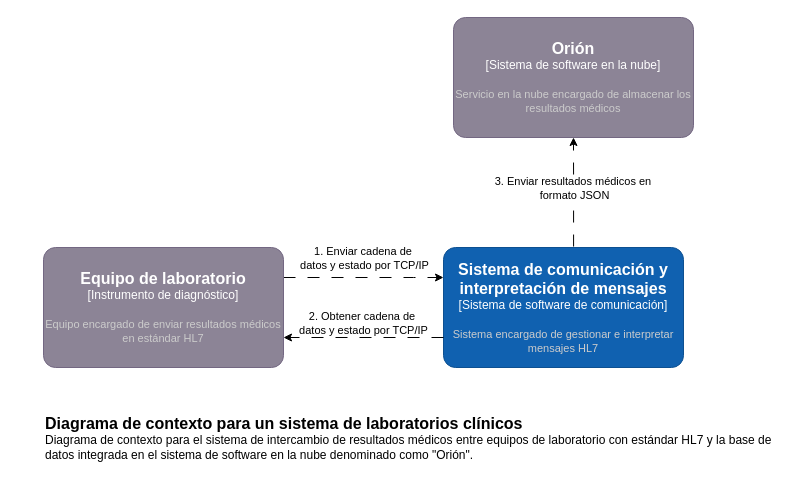
Above: page "Contexto" (1 of 4) of Diagramas/TIC.drawio in GiulianAlbuja/TIC (draw.io), before the change. Source tidied: cells renumbered, new cells numbered last; positions are measured from the earlier drawing's top-left corner, leaving out a move shared by most shapes. Both pictures are drawn from the tidied source at 100%, with x=0, y=0 at pixel (43, 17).
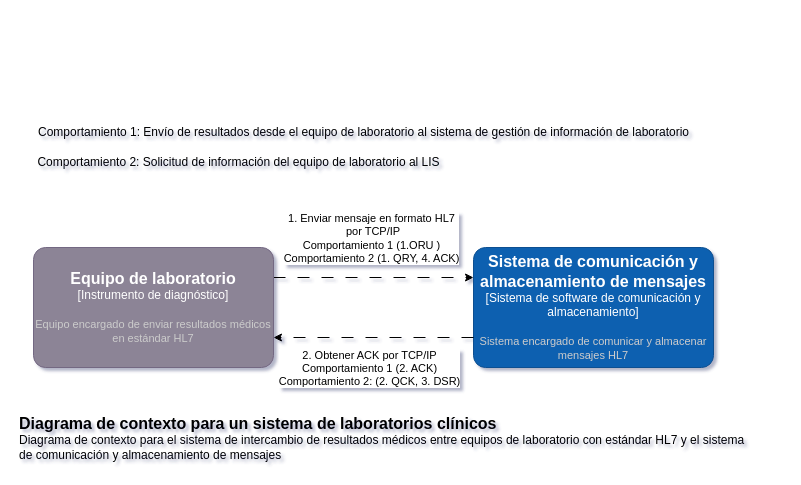
After the change.

What changed in the source:
```diff
@@
-<mxGraphModel>
+<mxGraphModel shadow="1">
   <root>
     <mxCell id="0" />
     <mxCell id="1" parent="0" />
     <mxCell id="2" style="edgeStyle=orthogonalEdgeStyle;rounded=0;jettySize=auto;html=1;startArrow=none;startFill=0;dashed=1;dashPattern=12 12;entryX=0;entryY=0.25;entryDx=0;entryDy=0;entryPerimeter=0;exitX=1;exitY=0.25;exitDx=0;exitDy=0;exitPerimeter=0;" parent="1" edge="1" source="4" target="8">
       <mxGeometry relative="1" as="geometry">
         <Array as="points">
           <mxPoint x="370" y="260" />
           <mxPoint x="370" y="260" />
         </Array>
       </mxGeometry>
     </mxCell>
-    <mxCell id="3" value="1. Enviar cadena de&amp;nbsp;&lt;div&gt;datos y estado por TCP/IP&lt;/div&gt;" style="edgeLabel;html=1;align=center;verticalAlign=middle;" parent="2" vertex="1">
+    <mxCell id="3" value="1. Enviar mensaje en formato HL7&lt;div&gt;&amp;nbsp;por TCP/IP&lt;/div&gt;&lt;div&gt;Comportamiento 1 (1.ORU )&lt;/div&gt;&lt;div&gt;Comportamiento 2 (1. QRY, 4. ACK)&lt;/div&gt;" style="edgeLabel;html=1;align=center;verticalAlign=middle;" parent="2" vertex="1">
       <mxGeometry x="0.44" y="2" relative="1" as="geometry">
-        <mxPoint x="-35" y="-18" as="offset" />
+        <mxPoint x="-47" y="-38" as="offset" />
       </mxGeometry>
     </mxCell>
     <object id="4" label="&lt;font style=&quot;font-size: 16px&quot;&gt;&lt;b&gt;%c4Name%&lt;/b&gt;&lt;/font&gt;&lt;div&gt;[%c4Type%]&lt;/div&gt;&lt;br&gt;&lt;div&gt;&lt;font style=&quot;font-size: 11px&quot;&gt;&lt;font color=&quot;#cccccc&quot;&gt;%c4Description%&lt;/font&gt;&lt;/div&gt;" c4Description="Equipo encargado de enviar resultados médicos en estándar HL7" c4Name="Equipo de laboratorio" c4Type="Instrumento de diagnóstico" placeholders="1">
       <mxCell style="rounded=1;whiteSpace=wrap;html=1;labelBackgroundColor=none;fillColor=#8C8496;fontColor=#ffffff;align=center;arcSize=10;strokeColor=#736782;points=[[0.25,0,0],[0.5,0,0],[0.75,0,0],[1,0.25,0],[1,0.5,0],[1,0.75,0],[0.75,1,0],[0.5,1,0],[0.25,1,0],[0,0.75,0],[0,0.5,0],[0,0.25,0]];" parent="1" vertex="1">
-        <mxGeometry y="230" width="240" height="120" as="geometry" />
+        <mxGeometry x="-10" y="230" width="240" height="120" as="geometry" />
       </mxCell>
     </object>
-    <object id="5" label="&lt;font style=&quot;font-size: 16px&quot;&gt;&lt;b&gt;%c4Name%&lt;/b&gt;&lt;/font&gt;&lt;div&gt;[%c4Type%]&lt;/div&gt;&lt;br&gt;&lt;div&gt;&lt;font style=&quot;font-size: 11px&quot;&gt;&lt;font color=&quot;#cccccc&quot;&gt;%c4Description%&lt;/font&gt;&lt;/div&gt;" c4Description="Servicio en la nube encargado de almacenar los resultados médicos" c4Name="Orión" c4Type="Sistema de software en la nube" placeholders="1">
-      <mxCell style="rounded=1;whiteSpace=wrap;html=1;labelBackgroundColor=none;fillColor=#8C8496;fontColor=#ffffff;align=center;arcSize=10;strokeColor=#736782;points=[[0.25,0,0],[0.5,0,0],[0.75,0,0],[1,0.25,0],[1,0.5,0],[1,0.75,0],[0.75,1,0],[0.5,1,0],[0.25,1,0],[0,0.75,0],[0,0.5,0],[0,0.25,0]];" parent="1" vertex="1">
-        <mxGeometry x="410" width="240" height="120" as="geometry" />
-      </mxCell>
-    </object>
-    <mxCell id="6" style="edgeStyle=orthogonalEdgeStyle;rounded=0;jettySize=auto;html=1;entryX=0.5;entryY=1;entryDx=0;entryDy=0;entryPerimeter=0;startArrow=none;startFill=0;exitX=0.542;exitY=-0.008;exitDx=0;exitDy=0;exitPerimeter=0;dashed=1;dashPattern=12 12;" parent="1" edge="1" source="8" target="5">
-      <mxGeometry relative="1" as="geometry" />
-    </mxCell>
-    <mxCell id="7" value="3. Enviar resultados médicos en&amp;nbsp;&lt;div&gt;formato JSON&lt;/div&gt;" style="edgeLabel;html=1;align=center;verticalAlign=middle;" parent="6" vertex="1">
-      <mxGeometry x="-0.19" y="-4" relative="1" as="geometry">
-        <mxPoint x="-4" y="-15" as="offset" />
-      </mxGeometry>
-    </mxCell>
-    <object id="8" label="&lt;font style=&quot;font-size: 16px&quot;&gt;&lt;b&gt;%c4Name%&lt;/b&gt;&lt;/font&gt;&lt;div&gt;[%c4Type%]&lt;/div&gt;&lt;br&gt;&lt;div&gt;&lt;font style=&quot;font-size: 11px&quot;&gt;&lt;font color=&quot;#cccccc&quot;&gt;%c4Description%&lt;/font&gt;&lt;/div&gt;" c4Description="Sistema encargado de gestionar e interpretar mensajes HL7" c4Name="Sistema de comunicación y interpretación de mensajes" c4Type="Sistema de software de comunicación" placeholders="1">
+    <object id="8" label="&lt;font style=&quot;font-size: 16px&quot;&gt;&lt;b&gt;%c4Name%&lt;/b&gt;&lt;/font&gt;&lt;div&gt;[%c4Type%]&lt;/div&gt;&lt;br&gt;&lt;div&gt;&lt;font style=&quot;font-size: 11px&quot;&gt;&lt;font color=&quot;#cccccc&quot;&gt;%c4Description%&lt;/font&gt;&lt;/div&gt;" c4Description="Sistema encargado de comunicar y almacenar mensajes HL7" c4Name="Sistema de comunicación y almacenamiento de mensajes " c4Type="Sistema de software de comunicación y almacenamiento" placeholders="1">
       <mxCell style="rounded=1;whiteSpace=wrap;html=1;labelBackgroundColor=none;fillColor=#1061B0;fontColor=#ffffff;align=center;arcSize=10;strokeColor=#0D5091;points=[[0.25,0,0],[0.5,0,0],[0.75,0,0],[1,0.25,0],[1,0.5,0],[1,0.75,0],[0.75,1,0],[0.5,1,0],[0.25,1,0],[0,0.75,0],[0,0.5,0],[0,0.25,0]];" parent="1" vertex="1">
-        <mxGeometry x="400" y="230" width="240" height="120" as="geometry" />
+        <mxGeometry x="430" y="230" width="240" height="120" as="geometry" />
       </mxCell>
     </object>
-    <object id="9" label="&lt;font style=&quot;font-size: 16px&quot;&gt;&lt;b&gt;&lt;div style=&quot;text-align: left&quot;&gt;%c4Name%&lt;/div&gt;&lt;/b&gt;&lt;/font&gt;&lt;div style=&quot;text-align: left&quot;&gt;%c4Description%&lt;/div&gt;" c4Description="Diagrama de contexto para el sistema de intercambio de resultados médicos entre equipos de laboratorio con estándar HL7  y la base de datos integrada en el sistema de software en la nube denominado como &quot;Orión&quot;." c4Name="Diagrama de contexto para un sistema de laboratorios clínicos" placeholders="1">
+    <object id="9" label="&lt;font style=&quot;font-size: 16px&quot;&gt;&lt;b&gt;&lt;div style=&quot;text-align: left&quot;&gt;%c4Name%&lt;/div&gt;&lt;/b&gt;&lt;/font&gt;&lt;div style=&quot;text-align: left&quot;&gt;%c4Description%&lt;/div&gt;" c4Description="Diagrama de contexto para el sistema de intercambio de resultados médicos entre equipos de laboratorio con estándar HL7  y el sistema de comunicación y almacenamiento de mensajes" c4Name="Diagrama de contexto para un sistema de laboratorios clínicos" placeholders="1">
       <mxCell style="text;html=1;strokeColor=none;fillColor=none;align=left;verticalAlign=top;whiteSpace=wrap;rounded=0;" parent="1" vertex="1">
-        <mxGeometry y="390" width="740" height="40" as="geometry" />
+        <mxGeometry x="-26" y="390" width="740" height="40" as="geometry" />
       </mxCell>
     </object>
     <mxCell id="10" style="edgeStyle=orthogonalEdgeStyle;rounded=0;jettySize=auto;html=1;entryX=1;entryY=0.75;entryDx=0;entryDy=0;entryPerimeter=0;dashed=1;dashPattern=12 12;exitX=0;exitY=0.75;exitDx=0;exitDy=0;exitPerimeter=0;" parent="1" edge="1" source="8" target="4">
       <mxGeometry relative="1" as="geometry" />
     </mxCell>
-    <mxCell id="11" value="&lt;span style=&quot;color: rgb(0, 0, 0); font-family: Helvetica; font-size: 11px; font-style: normal; font-variant-ligatures: normal; font-variant-caps: normal; font-weight: 400; letter-spacing: normal; orphans: 2; text-align: center; text-indent: 0px; text-transform: none; widows: 2; word-spacing: 0px; -webkit-text-stroke-width: 0px; white-space: nowrap; background-color: rgb(255, 255, 255); text-decoration-thickness: initial; text-decoration-style: initial; text-decoration-color: initial; display: inline !important; float: none;&quot;&gt;2. Obtener cadena de&amp;nbsp;&lt;/span&gt;&lt;div style=&quot;forced-color-adjust: none; color: rgb(0, 0, 0); font-family: Helvetica; font-size: 11px; font-style: normal; font-variant-ligatures: normal; font-variant-caps: normal; font-weight: 400; letter-spacing: normal; orphans: 2; text-align: center; text-indent: 0px; text-transform: none; widows: 2; word-spacing: 0px; -webkit-text-stroke-width: 0px; white-space: nowrap; text-decoration-thickness: initial; text-decoration-style: initial; text-decoration-color: initial;&quot;&gt;datos y estado por TCP/IP&lt;/div&gt;" style="edgeLabel;html=1;align=center;verticalAlign=middle;" parent="10" vertex="1">
+    <mxCell id="11" value="&lt;span style=&quot;color: rgb(0, 0, 0); font-family: Helvetica; font-size: 11px; font-style: normal; font-variant-ligatures: normal; font-variant-caps: normal; font-weight: 400; letter-spacing: normal; orphans: 2; text-align: center; text-indent: 0px; text-transform: none; widows: 2; word-spacing: 0px; -webkit-text-stroke-width: 0px; white-space: nowrap; background-color: rgb(255, 255, 255); text-decoration-thickness: initial; text-decoration-style: initial; text-decoration-color: initial; display: inline !important; float: none;&quot;&gt;2. Obtener ACK&lt;/span&gt;&amp;nbsp;por TCP/IP&lt;div&gt;Comportamiento 1 (2. ACK)&lt;/div&gt;&lt;div&gt;Comportamiento 2: (2. QCK, 3. DSR)&lt;/div&gt;" style="edgeLabel;html=1;align=center;verticalAlign=middle;" parent="10" vertex="1">
       <mxGeometry x="0.01" y="1" relative="1" as="geometry">
-        <mxPoint y="-16" as="offset" />
+        <mxPoint x="-4" y="29" as="offset" />
       </mxGeometry>
     </mxCell>
+    <mxCell id="12" value="Comportamiento 1:&amp;nbsp;Envío de resultados desde el equipo de laboratorio al sistema de gestión de información de laboratorio" style="text;html=1;align=center;verticalAlign=middle;strokeColor=none;fillColor=none;" parent="1" vertex="1">
+      <mxGeometry x="-15" y="100" width="670" height="30" as="geometry" />
+    </mxCell>
+    <mxCell id="13" value="Comportamiento 2:&amp;nbsp;Solicitud de información del equipo de laboratorio al LIS" style="text;html=1;align=center;verticalAlign=middle;strokeColor=none;fillColor=none;" parent="1" vertex="1">
+      <mxGeometry x="-20" y="130" width="430" height="30" as="geometry" />
+    </mxCell>
   </root>
 </mxGraphModel>
```
